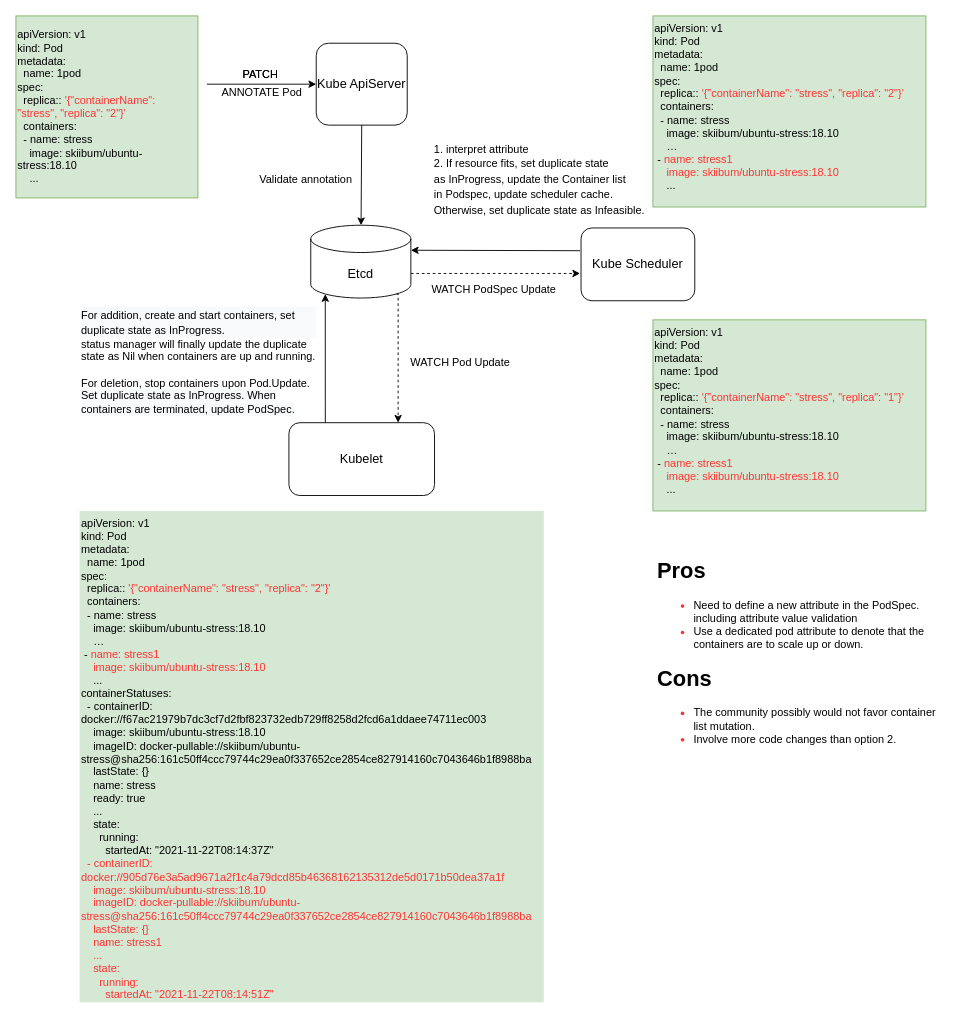
The draw.io diagram page "option2:pod attributes" (3 of 4) of Untitled Diagram.drawio in ichbinblau/OTC_Work_Log, before the edit. Source tidied: cells renumbered, new cells numbered last; positions are measured from the earlier drawing's top-left corner, leaving out a move shared by most shapes. Both pictures are drawn from the tidied source at 91%, with x=0, y=0 at pixel (15, 15).
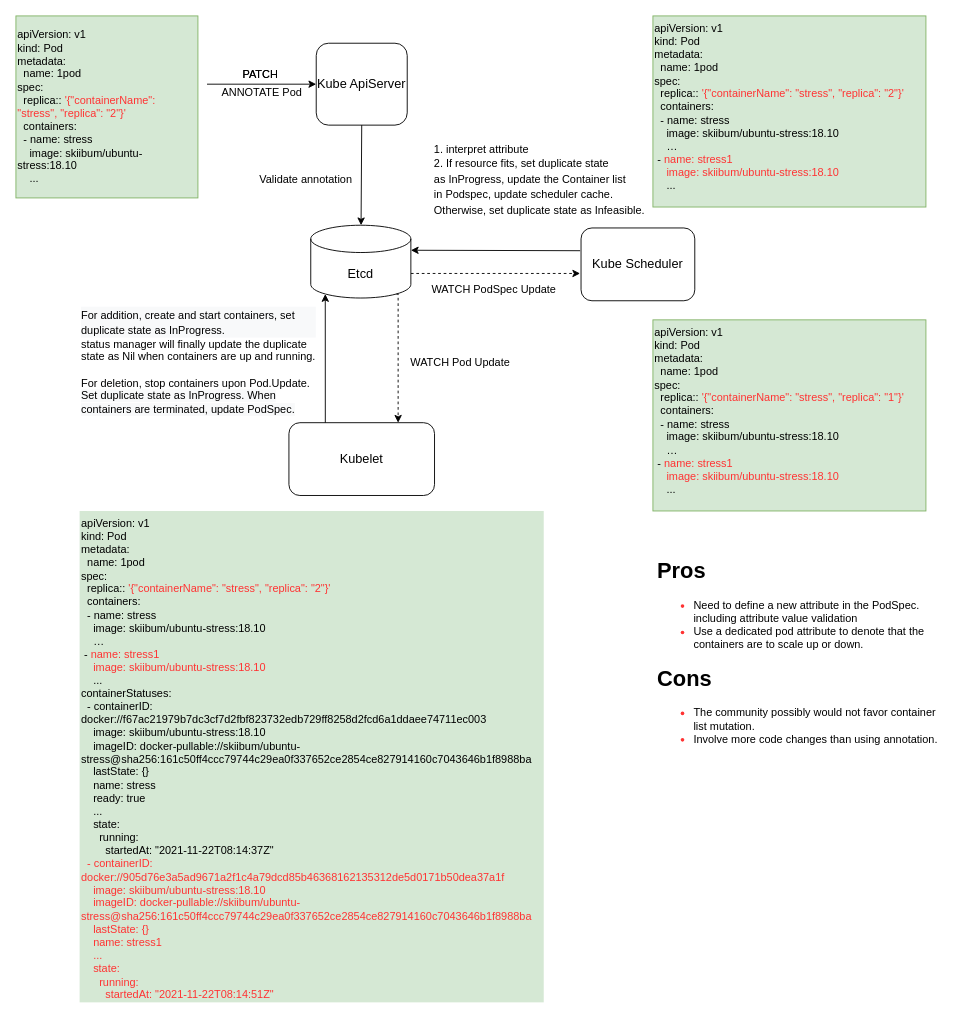
After the change.

What changed in the source:
```diff
@@
-    <mxCell id="20" value="&lt;h1&gt;&lt;font color=&quot;#000000&quot;&gt;Pros&lt;/font&gt;&lt;/h1&gt;&lt;p&gt;&lt;/p&gt;&lt;ul&gt;&lt;li&gt;&lt;font color=&quot;#000000&quot;&gt;Need to define a new attribute in the PodSpec. including&amp;nbsp;attribute value validation&lt;/font&gt;&lt;/li&gt;&lt;li&gt;&lt;font color=&quot;#000000&quot;&gt;Use a dedicated pod attribute to denote that the containers are to scale up or down.&amp;nbsp;&lt;/font&gt;&lt;/li&gt;&lt;/ul&gt;&lt;p&gt;&lt;/p&gt;&lt;h1&gt;&lt;font color=&quot;#000000&quot;&gt;Cons&lt;/font&gt;&lt;/h1&gt;&lt;p&gt;&lt;/p&gt;&lt;ul&gt;&lt;li&gt;&lt;font color=&quot;#000000&quot;&gt;The community possibly would not favor container list mutation.&amp;nbsp;&lt;/font&gt;&lt;/li&gt;&lt;li&gt;&lt;font color=&quot;#000000&quot;&gt;Involve more code changes than option 2.&lt;/font&gt;&lt;/li&gt;&lt;/ul&gt;&lt;p&gt;&lt;/p&gt;" style="text;html=1;strokeColor=none;fillColor=none;spacing=5;spacingTop=-20;whiteSpace=wrap;overflow=hidden;rounded=0;fontFamily=Helvetica;fontSize=12;fontColor=#FF3333;align=left;" parent="1" vertex="1">
+    <mxCell id="20" value="&lt;h1&gt;&lt;font color=&quot;#000000&quot;&gt;Pros&lt;/font&gt;&lt;/h1&gt;&lt;p&gt;&lt;/p&gt;&lt;ul&gt;&lt;li&gt;&lt;font color=&quot;#000000&quot;&gt;Need to define a new attribute in the PodSpec. including&amp;nbsp;attribute value validation&lt;/font&gt;&lt;/li&gt;&lt;li&gt;&lt;font color=&quot;#000000&quot;&gt;Use a dedicated pod attribute to denote that the containers are to scale up or down.&amp;nbsp;&lt;/font&gt;&lt;/li&gt;&lt;/ul&gt;&lt;p&gt;&lt;/p&gt;&lt;h1&gt;&lt;font color=&quot;#000000&quot;&gt;Cons&lt;/font&gt;&lt;/h1&gt;&lt;p&gt;&lt;/p&gt;&lt;ul&gt;&lt;li&gt;&lt;font color=&quot;#000000&quot;&gt;The community possibly would not favor container list mutation.&amp;nbsp;&lt;/font&gt;&lt;/li&gt;&lt;li&gt;&lt;font color=&quot;#000000&quot;&gt;Involve more code changes than using annotation.&lt;/font&gt;&lt;/li&gt;&lt;/ul&gt;&lt;p&gt;&lt;/p&gt;" style="text;html=1;strokeColor=none;fillColor=none;spacing=5;spacingTop=-20;whiteSpace=wrap;overflow=hidden;rounded=0;fontFamily=Helvetica;fontSize=12;fontColor=#FF3333;align=left;" parent="1" vertex="1">
       <mxGeometry x="700" y="590" width="320" height="230" as="geometry" />
     </mxCell>
```
